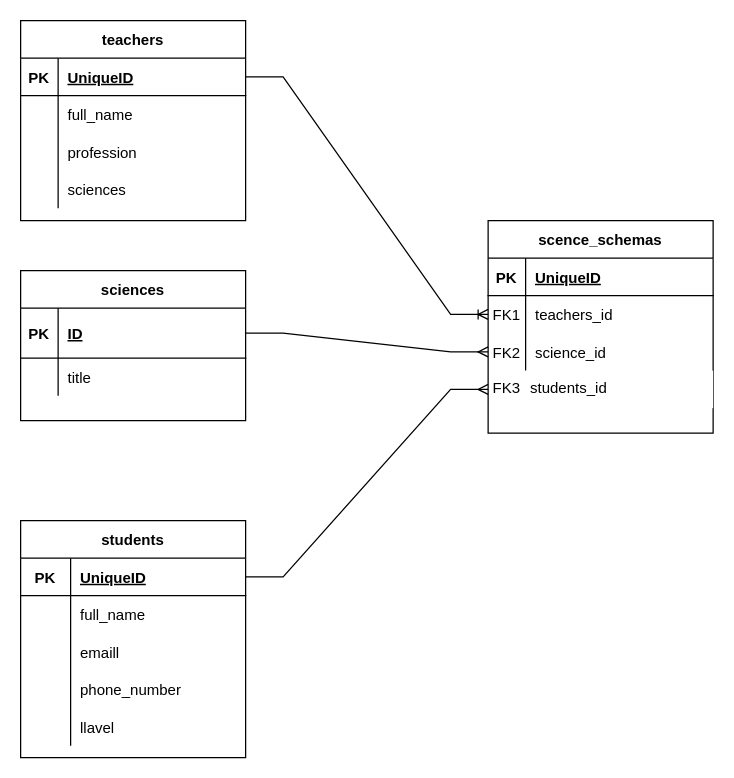
Before: Диаграмма без названия.drawio in SanjarbekDev/new, a draw.io diagram. Source tidied: cells renumbered, new cells numbered last; positions are measured from the earlier drawing's top-left corner, leaving out a move shared by most shapes. Both pictures are drawn from the tidied source at 125%, with x=0, y=0 at pixel (20, 20).
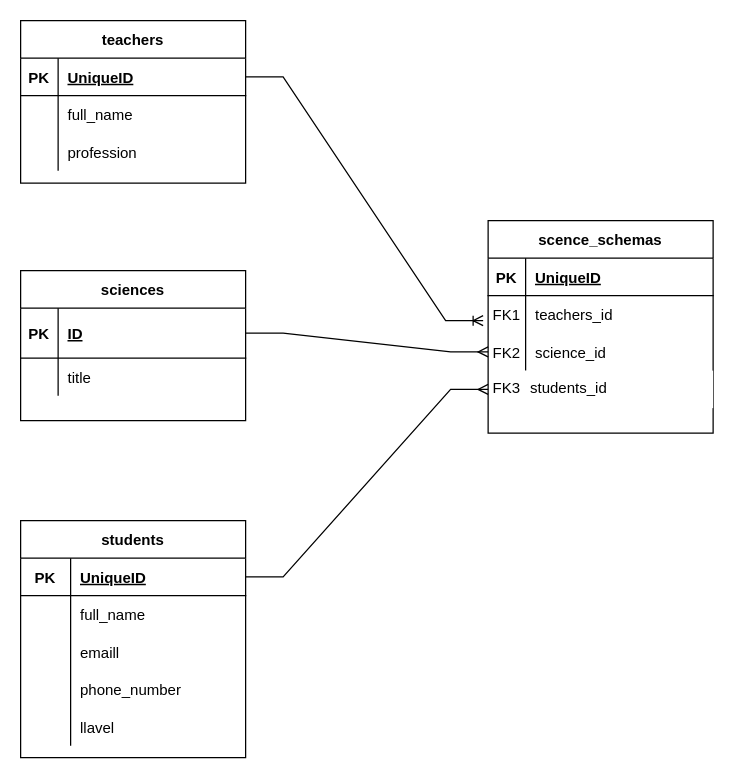
The same diagram, later.

The change refers to these unchanged cells:
```xml
<mxCell id="19" style="shape=tableRow;horizontal=0;startSize=0;swimlaneHead=0;swimlaneBody=0;fillColor=none;points=[[0,0.5],[1,0.5]];portConstraint=eastwest;top=0;left=0;right=0;bottom=1;strokeColor=default;fontFamily=Helvetica;fontSize=12;fontColor=default;" parent="18" vertex="1">
  <mxGeometry y="30" width="180" height="30" as="geometry" />
</mxCell>
<mxCell id="42" style="shape=tableRow;horizontal=0;startSize=0;swimlaneHead=0;swimlaneBody=0;fillColor=none;points=[[0,0.5],[1,0.5]];portConstraint=eastwest;top=0;left=0;right=0;bottom=0;strokeColor=default;fontFamily=Helvetica;fontSize=12;fontColor=default;" parent="38" vertex="1">
  <mxGeometry y="60" width="180" height="30" as="geometry" />
</mxCell>
```

What changed in the source:
```diff
@@
     <mxCell id="18" value="teachers" style="shape=table;startSize=30;childLayout=tableLayout;rowLines=0;fontStyle=1;align=center;strokeColor=default;fontFamily=Helvetica;fontSize=12;fontColor=default;fillColor=none;" parent="1" vertex="1">
-      <mxGeometry width="180" height="160" as="geometry" />
+      <mxGeometry width="180" height="130" as="geometry" />
     </mxCell>
@@
-    <mxCell id="28" style="shape=tableRow;horizontal=0;startSize=0;swimlaneHead=0;swimlaneBody=0;fillColor=none;top=0;left=0;right=0;bottom=0;strokeColor=default;fontFamily=Helvetica;fontSize=12;fontColor=default;" parent="18" vertex="1">
-      <mxGeometry y="120" width="180" height="30" as="geometry" />
-    </mxCell>
-    <mxCell id="29" style="shape=partialRectangle;fillColor=none;top=0;left=0;bottom=0;right=0;overflow=hidden;strokeColor=default;fontFamily=Helvetica;fontSize=12;fontColor=default;" parent="28" vertex="1">
-      <mxGeometry width="30" height="30" as="geometry" />
-    </mxCell>
-    <mxCell id="30" value="sciences" style="shape=partialRectangle;fillColor=none;top=0;left=0;bottom=0;right=0;align=left;spacingLeft=6;overflow=hidden;strokeColor=default;fontFamily=Helvetica;fontSize=12;fontColor=default;" parent="28" vertex="1">
-      <mxGeometry x="30" width="150" height="30" as="geometry" />
-    </mxCell>
@@
-    <mxCell id="49" style="edgeStyle=entityRelationEdgeStyle;fontSize=12;html=1;endArrow=ERoneToMany;rounded=0;fontFamily=Helvetica;fontColor=default;exitX=1;exitY=0.5;exitDx=0;exitDy=0;entryX=0;entryY=0.5;entryDx=0;entryDy=0;" parent="1" edge="1" source="19" target="42">
-      <mxGeometry relative="1" as="geometry" />
+    <mxCell id="49" style="edgeStyle=entityRelationEdgeStyle;fontSize=12;html=1;endArrow=ERoneToMany;rounded=0;fontFamily=Helvetica;fontColor=default;exitX=1;exitY=0.5;exitDx=0;exitDy=0;" parent="1" edge="1" source="19">
+      <mxGeometry relative="1" as="geometry">
+        <mxPoint x="370" y="240" as="targetPoint" />
+      </mxGeometry>
     </mxCell>
```
